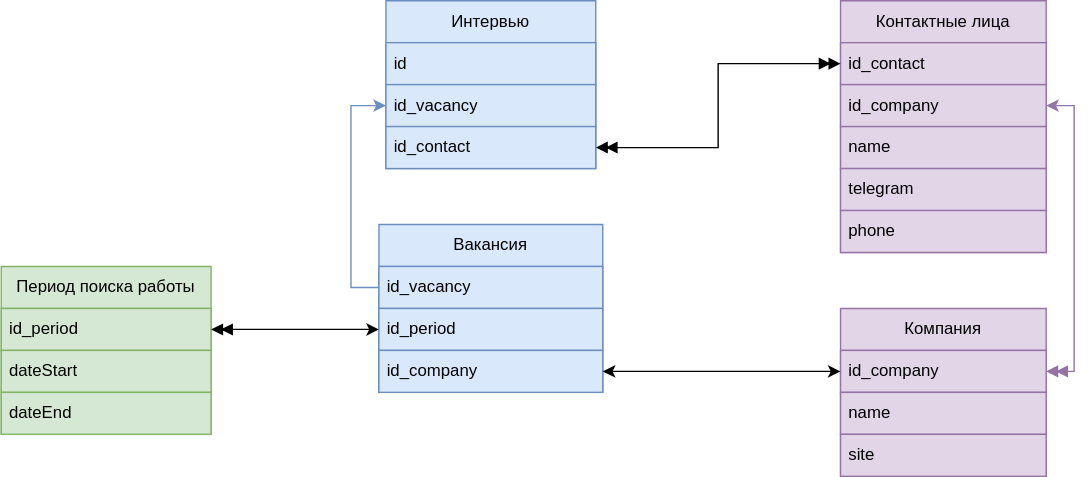
Above: Помогатор_поиска_работы.drawio.svg in taraswww777/diagrams.net (draw.io), before the change. Source tidied: cells renumbered, new cells last; positions are measured from the earlier drawing's top-left corner, leaving out a move shared by most shapes.
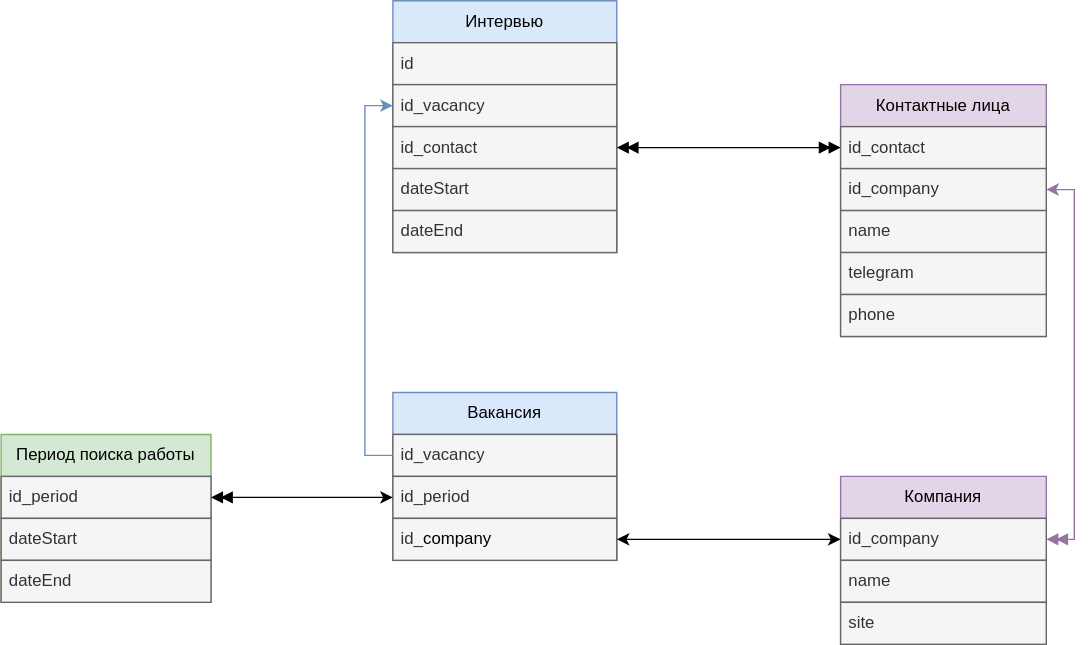
Above is the later version.

Diff of the diagram source:
```diff
@@ -3,69 +3,75 @@
     <mxCell id="0" />
     <mxCell id="1" parent="0" />
     <mxCell id="2" value="Компания" style="swimlane;fontStyle=0;horizontal=1;startSize=30;whiteSpace=wrap;html=1;fillColor=#e1d5e7;strokeColor=#9673a6;" parent="1" vertex="1">
-      <mxGeometry x="600" y="220" width="147" height="120" as="geometry" />
+      <mxGeometry x="600" y="300" width="147" height="120" as="geometry" />
     </mxCell>
-    <mxCell id="3" value="id_company" style="text;strokeColor=#9673a6;fillColor=#e1d5e7;align=left;verticalAlign=middle;spacingLeft=4;spacingRight=4;overflow=hidden;points=[[0,0.5],[1,0.5]];portConstraint=eastwest;whiteSpace=wrap;html=1;" parent="2" vertex="1">
+    <mxCell id="3" value="id_company" style="text;strokeColor=#666666;fillColor=#f5f5f5;align=left;verticalAlign=middle;spacingLeft=4;spacingRight=4;overflow=hidden;points=[[0,0.5],[1,0.5]];portConstraint=eastwest;whiteSpace=wrap;html=1;fontColor=#333333;" parent="2" vertex="1">
       <mxGeometry y="30" width="147" height="30" as="geometry" />
     </mxCell>
-    <mxCell id="4" value="name" style="text;strokeColor=#9673a6;fillColor=#e1d5e7;align=left;verticalAlign=middle;spacingLeft=4;spacingRight=4;overflow=hidden;whiteSpace=wrap;html=1;" parent="2" vertex="1">
+    <mxCell id="4" value="name" style="text;strokeColor=#666666;fillColor=#f5f5f5;align=left;verticalAlign=middle;spacingLeft=4;spacingRight=4;overflow=hidden;whiteSpace=wrap;html=1;fontColor=#333333;" parent="2" vertex="1">
       <mxGeometry y="60" width="147" height="30" as="geometry" />
     </mxCell>
-    <mxCell id="5" value="site" style="text;strokeColor=#9673a6;fillColor=#e1d5e7;align=left;verticalAlign=middle;spacingLeft=4;spacingRight=4;overflow=hidden;whiteSpace=wrap;html=1;" parent="2" vertex="1">
+    <mxCell id="5" value="site" style="text;strokeColor=#666666;fillColor=#f5f5f5;align=left;verticalAlign=middle;spacingLeft=4;spacingRight=4;overflow=hidden;whiteSpace=wrap;html=1;fontColor=#333333;" parent="2" vertex="1">
       <mxGeometry y="90" width="147" height="30" as="geometry" />
     </mxCell>
     <mxCell id="6" value="Период поиска работы" style="swimlane;fontStyle=0;horizontal=1;startSize=30;whiteSpace=wrap;html=1;fillColor=#d5e8d4;strokeColor=#82b366;" parent="1" vertex="1">
-      <mxGeometry y="190" width="150" height="120" as="geometry" />
+      <mxGeometry y="270" width="150" height="120" as="geometry" />
     </mxCell>
-    <mxCell id="7" value="id_period" style="text;strokeColor=#82b366;fillColor=#d5e8d4;align=left;verticalAlign=middle;spacingLeft=4;spacingRight=4;overflow=hidden;points=[[0,0.5],[1,0.5]];portConstraint=eastwest;whiteSpace=wrap;html=1;" parent="6" vertex="1">
+    <mxCell id="7" value="id_period" style="text;strokeColor=#666666;fillColor=#f5f5f5;align=left;verticalAlign=middle;spacingLeft=4;spacingRight=4;overflow=hidden;points=[[0,0.5],[1,0.5]];portConstraint=eastwest;whiteSpace=wrap;html=1;fontColor=#333333;" parent="6" vertex="1">
       <mxGeometry y="30" width="150" height="30" as="geometry" />
     </mxCell>
-    <mxCell id="8" value="dateStart" style="text;strokeColor=#82b366;fillColor=#d5e8d4;align=left;verticalAlign=middle;spacingLeft=4;spacingRight=4;overflow=hidden;whiteSpace=wrap;html=1;" parent="6" vertex="1">
+    <mxCell id="8" value="dateStart" style="text;strokeColor=#666666;fillColor=#f5f5f5;align=left;verticalAlign=middle;spacingLeft=4;spacingRight=4;overflow=hidden;whiteSpace=wrap;html=1;fontColor=#333333;" parent="6" vertex="1">
       <mxGeometry y="60" width="150" height="30" as="geometry" />
     </mxCell>
-    <mxCell id="9" value="dateEnd" style="text;strokeColor=#82b366;fillColor=#d5e8d4;align=left;verticalAlign=middle;spacingLeft=4;spacingRight=4;overflow=hidden;whiteSpace=wrap;html=1;" parent="6" vertex="1">
+    <mxCell id="9" value="dateEnd" style="text;strokeColor=#666666;fillColor=#f5f5f5;align=left;verticalAlign=middle;spacingLeft=4;spacingRight=4;overflow=hidden;whiteSpace=wrap;html=1;fontColor=#333333;" parent="6" vertex="1">
       <mxGeometry y="90" width="150" height="30" as="geometry" />
     </mxCell>
     <mxCell id="10" value="Интервью" style="swimlane;fontStyle=0;horizontal=1;startSize=30;whiteSpace=wrap;html=1;fillColor=#dae8fc;strokeColor=#6c8ebf;" parent="1" vertex="1">
-      <mxGeometry x="275" width="150" height="120" as="geometry" />
+      <mxGeometry x="280" y="-40" width="160" height="180" as="geometry" />
     </mxCell>
-    <mxCell id="11" value="id" style="text;strokeColor=#6c8ebf;fillColor=#dae8fc;align=left;verticalAlign=middle;spacingLeft=4;spacingRight=4;overflow=hidden;whiteSpace=wrap;html=1;" parent="10" vertex="1">
-      <mxGeometry y="30" width="150" height="30" as="geometry" />
+    <mxCell id="11" value="id" style="text;strokeColor=#666666;fillColor=#f5f5f5;align=left;verticalAlign=middle;spacingLeft=4;spacingRight=4;overflow=hidden;whiteSpace=wrap;html=1;fontColor=#333333;" parent="10" vertex="1">
+      <mxGeometry y="30" width="160" height="30" as="geometry" />
     </mxCell>
-    <mxCell id="12" value="id_vacancy" style="text;strokeColor=#6c8ebf;fillColor=#dae8fc;align=left;verticalAlign=middle;spacingLeft=4;spacingRight=4;overflow=hidden;points=[[0,0.5],[1,0.5]];portConstraint=eastwest;whiteSpace=wrap;html=1;" parent="10" vertex="1">
-      <mxGeometry y="60" width="150" height="30" as="geometry" />
+    <mxCell id="12" value="id_vacancy" style="text;align=left;verticalAlign=middle;spacingLeft=4;spacingRight=4;overflow=hidden;points=[[0,0.5],[1,0.5]];portConstraint=eastwest;whiteSpace=wrap;html=1;fillColor=#f5f5f5;fontColor=#333333;strokeColor=#666666;" parent="10" vertex="1">
+      <mxGeometry y="60" width="160" height="30" as="geometry" />
     </mxCell>
-    <mxCell id="13" value="id_contact" style="text;strokeColor=#6c8ebf;fillColor=#dae8fc;align=left;verticalAlign=middle;spacingLeft=4;spacingRight=4;overflow=hidden;points=[[0,0.5],[1,0.5]];portConstraint=eastwest;whiteSpace=wrap;html=1;" parent="10" vertex="1">
-      <mxGeometry y="90" width="150" height="30" as="geometry" />
+    <mxCell id="13" value="id_contact" style="text;align=left;verticalAlign=middle;spacingLeft=4;spacingRight=4;overflow=hidden;points=[[0,0.5],[1,0.5]];portConstraint=eastwest;whiteSpace=wrap;html=1;fillColor=#f5f5f5;fontColor=#333333;strokeColor=#666666;" parent="10" vertex="1">
+      <mxGeometry y="90" width="160" height="30" as="geometry" />
     </mxCell>
+    <mxCell id="29" value="dateStart" style="text;align=left;verticalAlign=middle;spacingLeft=4;spacingRight=4;overflow=hidden;whiteSpace=wrap;html=1;fillColor=#f5f5f5;fontColor=#333333;strokeColor=#666666;" parent="10" vertex="1">
+      <mxGeometry y="120" width="160" height="30" as="geometry" />
+    </mxCell>
+    <mxCell id="30" value="dateEnd" style="text;strokeColor=#666666;fillColor=#f5f5f5;align=left;verticalAlign=middle;spacingLeft=4;spacingRight=4;overflow=hidden;whiteSpace=wrap;html=1;fontColor=#333333;" parent="10" vertex="1">
+      <mxGeometry y="150" width="160" height="30" as="geometry" />
+    </mxCell>
     <mxCell id="14" value="Вакансия" style="swimlane;fontStyle=0;horizontal=1;startSize=30;whiteSpace=wrap;html=1;fillColor=#dae8fc;strokeColor=#6c8ebf;" parent="1" vertex="1">
-      <mxGeometry x="270" y="160" width="160" height="120" as="geometry" />
+      <mxGeometry x="280" y="240" width="160" height="120" as="geometry" />
     </mxCell>
-    <mxCell id="15" value="id_vacancy" style="text;strokeColor=#6c8ebf;fillColor=#dae8fc;align=left;verticalAlign=middle;spacingLeft=4;spacingRight=4;overflow=hidden;points=[[0,0.5],[1,0.5]];portConstraint=eastwest;whiteSpace=wrap;html=1;" parent="14" vertex="1">
+    <mxCell id="15" value="id_vacancy" style="text;strokeColor=#666666;fillColor=#f5f5f5;align=left;verticalAlign=middle;spacingLeft=4;spacingRight=4;overflow=hidden;points=[[0,0.5],[1,0.5]];portConstraint=eastwest;whiteSpace=wrap;html=1;fontColor=#333333;" parent="14" vertex="1">
       <mxGeometry y="30" width="160" height="30" as="geometry" />
     </mxCell>
-    <mxCell id="16" value="id_period" style="text;strokeColor=#6c8ebf;fillColor=#dae8fc;align=left;verticalAlign=middle;spacingLeft=4;spacingRight=4;overflow=hidden;points=[[0,0.5],[1,0.5]];portConstraint=eastwest;whiteSpace=wrap;html=1;" parent="14" vertex="1">
+    <mxCell id="16" value="id_period" style="text;strokeColor=#666666;fillColor=#f5f5f5;align=left;verticalAlign=middle;spacingLeft=4;spacingRight=4;overflow=hidden;points=[[0,0.5],[1,0.5]];portConstraint=eastwest;whiteSpace=wrap;html=1;fontColor=#333333;" parent="14" vertex="1">
       <mxGeometry y="60" width="160" height="30" as="geometry" />
     </mxCell>
-    <mxCell id="17" value="id_&lt;span style=&quot;background-color: transparent; color: light-dark(rgb(0, 0, 0), rgb(255, 255, 255));&quot;&gt;company&lt;/span&gt;" style="text;strokeColor=#6c8ebf;fillColor=#dae8fc;align=left;verticalAlign=middle;spacingLeft=4;spacingRight=4;overflow=hidden;points=[[0,0.5],[1,0.5]];portConstraint=eastwest;whiteSpace=wrap;html=1;" parent="14" vertex="1">
+    <mxCell id="17" value="id_&lt;span style=&quot;background-color: transparent; color: light-dark(rgb(0, 0, 0), rgb(255, 255, 255));&quot;&gt;company&lt;/span&gt;" style="text;strokeColor=#666666;fillColor=#f5f5f5;align=left;verticalAlign=middle;spacingLeft=4;spacingRight=4;overflow=hidden;points=[[0,0.5],[1,0.5]];portConstraint=eastwest;whiteSpace=wrap;html=1;fontColor=#333333;" parent="14" vertex="1">
       <mxGeometry y="90" width="160" height="30" as="geometry" />
     </mxCell>
     <mxCell id="18" value="Контактные лица" style="swimlane;fontStyle=0;horizontal=1;startSize=30;whiteSpace=wrap;html=1;fillColor=#e1d5e7;strokeColor=#9673a6;" parent="1" vertex="1">
-      <mxGeometry x="600" width="147" height="180" as="geometry" />
+      <mxGeometry x="600" y="20" width="147" height="180" as="geometry" />
     </mxCell>
-    <mxCell id="19" value="id_contact" style="text;strokeColor=#9673a6;fillColor=#e1d5e7;align=left;verticalAlign=middle;spacingLeft=4;spacingRight=4;overflow=hidden;points=[[0,0.5],[1,0.5]];portConstraint=eastwest;whiteSpace=wrap;html=1;" parent="18" vertex="1">
+    <mxCell id="19" value="id_contact" style="text;strokeColor=#666666;fillColor=#f5f5f5;align=left;verticalAlign=middle;spacingLeft=4;spacingRight=4;overflow=hidden;points=[[0,0.5],[1,0.5]];portConstraint=eastwest;whiteSpace=wrap;html=1;fontColor=#333333;" parent="18" vertex="1">
       <mxGeometry y="30" width="147" height="30" as="geometry" />
     </mxCell>
-    <mxCell id="20" value="id_company" style="text;strokeColor=#9673a6;fillColor=#e1d5e7;align=left;verticalAlign=middle;spacingLeft=4;spacingRight=4;overflow=hidden;points=[[0,0.5],[1,0.5]];portConstraint=eastwest;whiteSpace=wrap;html=1;" parent="18" vertex="1">
+    <mxCell id="20" value="id_company" style="text;strokeColor=#666666;fillColor=#f5f5f5;align=left;verticalAlign=middle;spacingLeft=4;spacingRight=4;overflow=hidden;points=[[0,0.5],[1,0.5]];portConstraint=eastwest;whiteSpace=wrap;html=1;fontColor=#333333;" parent="18" vertex="1">
       <mxGeometry y="60" width="147" height="30" as="geometry" />
     </mxCell>
-    <mxCell id="21" value="name" style="text;strokeColor=#9673a6;fillColor=#e1d5e7;align=left;verticalAlign=middle;spacingLeft=4;spacingRight=4;overflow=hidden;whiteSpace=wrap;html=1;" parent="18" vertex="1">
+    <mxCell id="21" value="name" style="text;strokeColor=#666666;fillColor=#f5f5f5;align=left;verticalAlign=middle;spacingLeft=4;spacingRight=4;overflow=hidden;whiteSpace=wrap;html=1;fontColor=#333333;" parent="18" vertex="1">
       <mxGeometry y="90" width="147" height="30" as="geometry" />
     </mxCell>
-    <mxCell id="22" value="telegram" style="text;strokeColor=#9673a6;fillColor=#e1d5e7;align=left;verticalAlign=middle;spacingLeft=4;spacingRight=4;overflow=hidden;whiteSpace=wrap;html=1;" parent="18" vertex="1">
+    <mxCell id="22" value="telegram" style="text;strokeColor=#666666;fillColor=#f5f5f5;align=left;verticalAlign=middle;spacingLeft=4;spacingRight=4;overflow=hidden;whiteSpace=wrap;html=1;fontColor=#333333;" parent="18" vertex="1">
       <mxGeometry y="120" width="147" height="30" as="geometry" />
     </mxCell>
-    <mxCell id="23" value="phone" style="text;strokeColor=#9673a6;fillColor=#e1d5e7;align=left;verticalAlign=middle;spacingLeft=4;spacingRight=4;overflow=hidden;whiteSpace=wrap;html=1;" parent="18" vertex="1">
+    <mxCell id="23" value="phone" style="text;strokeColor=#666666;fillColor=#f5f5f5;align=left;verticalAlign=middle;spacingLeft=4;spacingRight=4;overflow=hidden;whiteSpace=wrap;html=1;fontColor=#333333;" parent="18" vertex="1">
       <mxGeometry y="150" width="147" height="30" as="geometry" />
     </mxCell>
     <mxCell id="24" style="edgeStyle=orthogonalEdgeStyle;rounded=0;jettySize=auto;html=1;entryX=1;entryY=0.5;entryDx=0;entryDy=0;strokeColor=default;startArrow=classic;startFill=1;endArrow=doubleBlock;endFill=1;" parent="1" edge="1" source="16" target="7">
```
